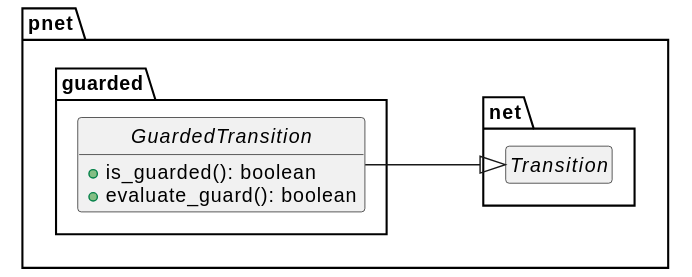
Before: doc/ptnet-model-guarded.svg, a diagram exported from PlantUML (johnstonskj/rust-ptnets).
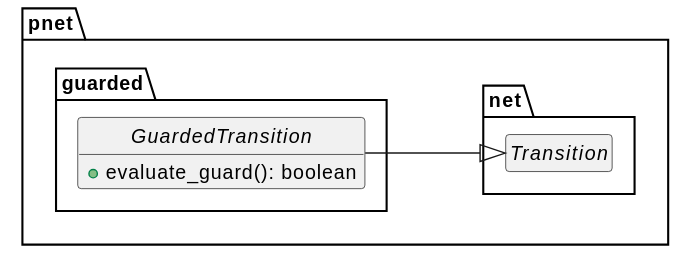
Later version of the same file.

What changed in the source:
```diff
@@ -12,7 +12,6 @@
     }
     package guarded {
         interface GuardedTransition {
-            +is_guarded(): boolean
             +evaluate_guard(): boolean
         }
         GuardedTransition -|> Transition
```
